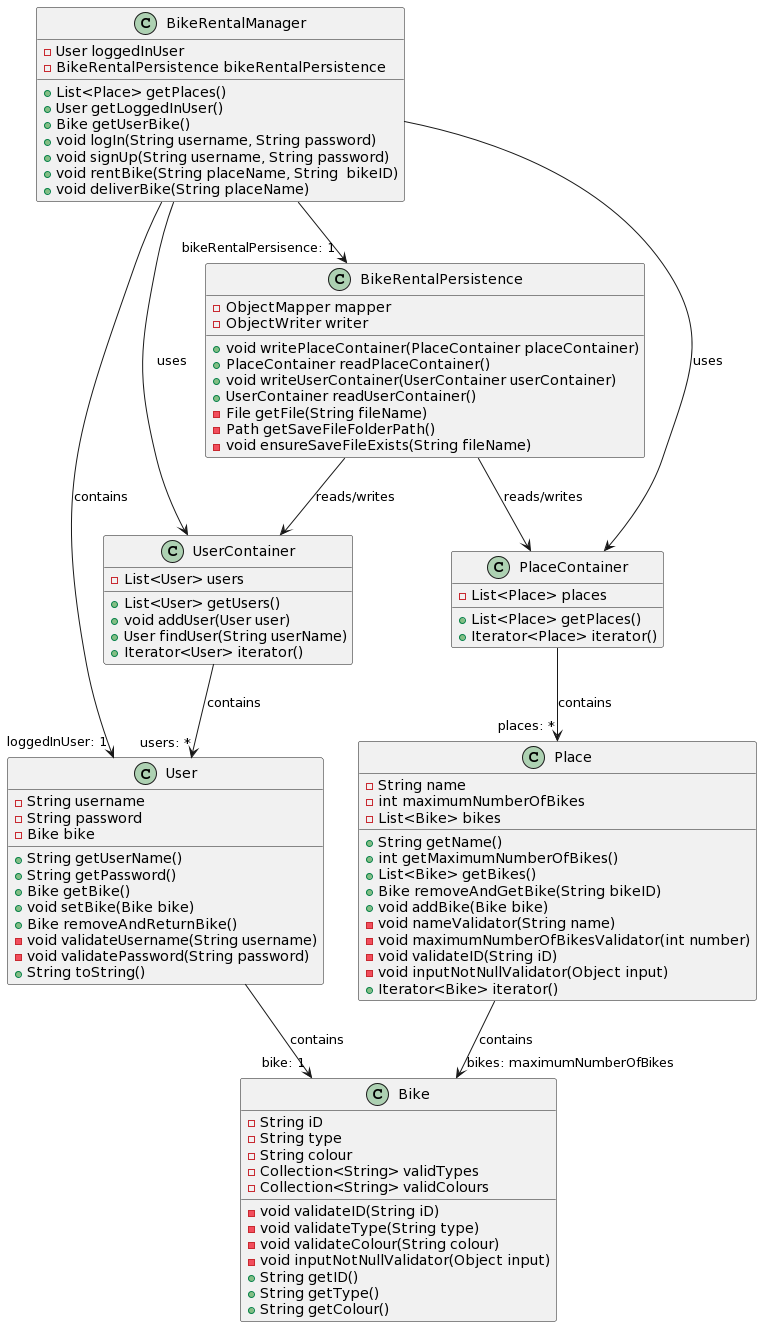
jonhallem/gr2247 keeps this PlantUML diagram as docs/release2ClassDiagram.png. Above is the earlier version. Its diagram source:
```plantuml
@startuml
BikeRentalManager --> "bikeRentalPersisence: 1" BikeRentalPersistence
BikeRentalManager --> "loggedInUser: 1" User : contains
BikeRentalManager --> PlaceContainer : uses
BikeRentalManager --> UserContainer : uses
BikeRentalPersistence --> PlaceContainer : reads/writes
BikeRentalPersistence --> UserContainer : reads/writes
PlaceContainer --> "places: *" Place : contains
UserContainer --> "users: *" User : contains
Place --> "bikes: maximumNumberOfBikes" Bike : contains
User --> "bike: 1" Bike : contains

Class BikeRentalManager {
    -User loggedInUser
    -BikeRentalPersistence bikeRentalPersistence
    +List<Place> getPlaces()
    +User getLoggedInUser()
    +Bike getUserBike()
    +void logIn(String username, String password)
    +void signUp(String username, String password)
    +void rentBike(String placeName, String  bikeID)
    +void deliverBike(String placeName)
}

Class BikeRentalPersistence {
    -ObjectMapper mapper
    -ObjectWriter writer
    +void writePlaceContainer(PlaceContainer placeContainer)
    +PlaceContainer readPlaceContainer()
    +void writeUserContainer(UserContainer userContainer)
    +UserContainer readUserContainer()
    -File getFile(String fileName)
    -Path getSaveFileFolderPath()
    -void ensureSaveFileExists(String fileName)
}

Class PlaceContainer {
    -List<Place> places
    +List<Place> getPlaces()
    +Iterator<Place> iterator()
}

Class UserContainer {
    -List<User> users
    +List<User> getUsers()
    +void addUser(User user)
    +User findUser(String userName)
    +Iterator<User> iterator()
}

Class Place {
    -String name
    -int maximumNumberOfBikes
    -List<Bike> bikes
    +String getName()
    +int getMaximumNumberOfBikes()
    +List<Bike> getBikes()
    +Bike removeAndGetBike(String bikeID)
    +void addBike(Bike bike)
    -void nameValidator(String name)
    -void maximumNumberOfBikesValidator(int number)
    -void validateID(String iD)
    -void inputNotNullValidator(Object input)
    +Iterator<Bike> iterator()
}

Class User {
    -String username
    -String password
    -Bike bike
    +String getUserName()
    +String getPassword()
    +Bike getBike()
    +void setBike(Bike bike)
    +Bike removeAndReturnBike()
    -void validateUsername(String username)
    -void validatePassword(String password)
    +String toString()
}

Class Bike {
    -String iD
    -String type
    -String colour
    -Collection<String> validTypes
    -Collection<String> validColours
    -void validateID(String iD)
    -void validateType(String type)
    -void validateColour(String colour)
    -void inputNotNullValidator(Object input)
    +String getID()
    +String getType()
    +String getColour()
}
@enduml
```
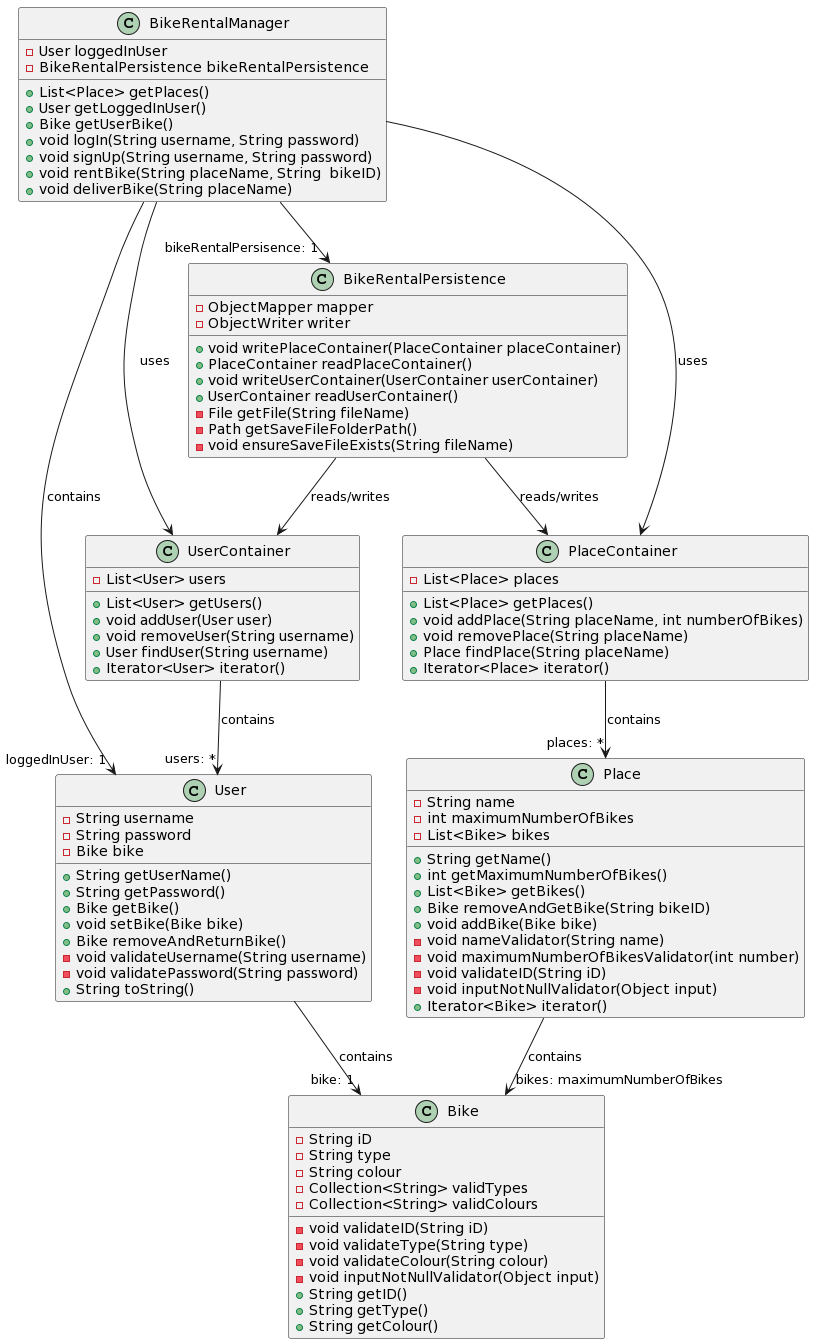
The same diagram one commit later.

Commit message:
Oppdatere releasedokumentasjon

Legge til info om funksjonalitet, oppdatere klassediagram.

#56

Diff of the diagram source:
```diff
@@ -37,6 +37,9 @@
 Class PlaceContainer {
     -List<Place> places
     +List<Place> getPlaces()
+    +void addPlace(String placeName, int numberOfBikes)
+    +void removePlace(String placeName)
+    +Place findPlace(String placeName)
     +Iterator<Place> iterator()
 }
 
@@ -44,7 +47,8 @@
     -List<User> users
     +List<User> getUsers()
     +void addUser(User user)
-    +User findUser(String userName)
+    +void removeUser(String username)
+    +User findUser(String username)
     +Iterator<User> iterator()
 }
 
```
